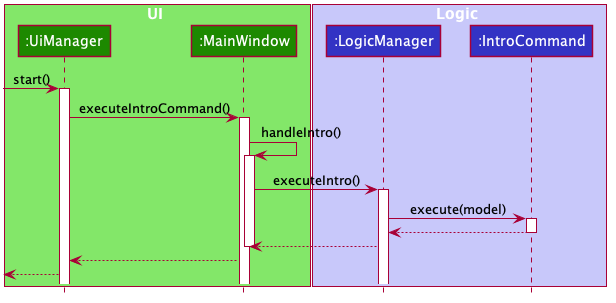
The PlantUML diagram docs/images/IntroSequenceDiagram.png in solkim-83/tp, before a commit. Its diagram source:
```plantuml
@startuml








skinparam BackgroundColor #FFFFFFF

skinparam Shadowing false

skinparam Class {
    FontColor #FFFFFF
    BorderThickness 1
    BorderColor #FFFFFF
    StereotypeFontColor #FFFFFF
    FontName Arial
}

skinparam Actor {
    BorderColor #000000
    Color #000000
    FontName Arial
}

skinparam Sequence {
    MessageAlign center
    BoxFontSize 15
    BoxPadding 0
    BoxFontColor #FFFFFF
    FontName Arial
}

skinparam Participant {
    FontColor #FFFFFFF
    Padding 20
}

skinparam MinClassWidth 50
skinparam ParticipantPadding 10
skinparam Shadowing false
skinparam DefaultTextAlignment center
skinparam packageStyle Rectangle

hide footbox
hide members
hide circle

box UI #83E769
participant ":UiManager" as UiManager #1D8900
participant ":MainWindow" as MainWindow #1D8900
end box

box Logic #C8C8FA
participant ":LogicManager" as LogicManager #3333C4
participant ":IntroCommand" as IntroCommand #3333C4
end box

[-> UiManager : start()
activate UiManager

UiManager -> MainWindow : executeIntroCommand()
activate MainWindow

MainWindow -> MainWindow : handleIntro()
activate MainWindow

MainWindow -> LogicManager : executeIntro()
activate LogicManager

LogicManager -> IntroCommand : execute(model)
activate IntroCommand

IntroCommand --> LogicManager :
deactivate IntroCommand

LogicManager --> MainWindow
deactivate MainWindow

MainWindow --> UiManager

UiManager -->[

@enduml
```
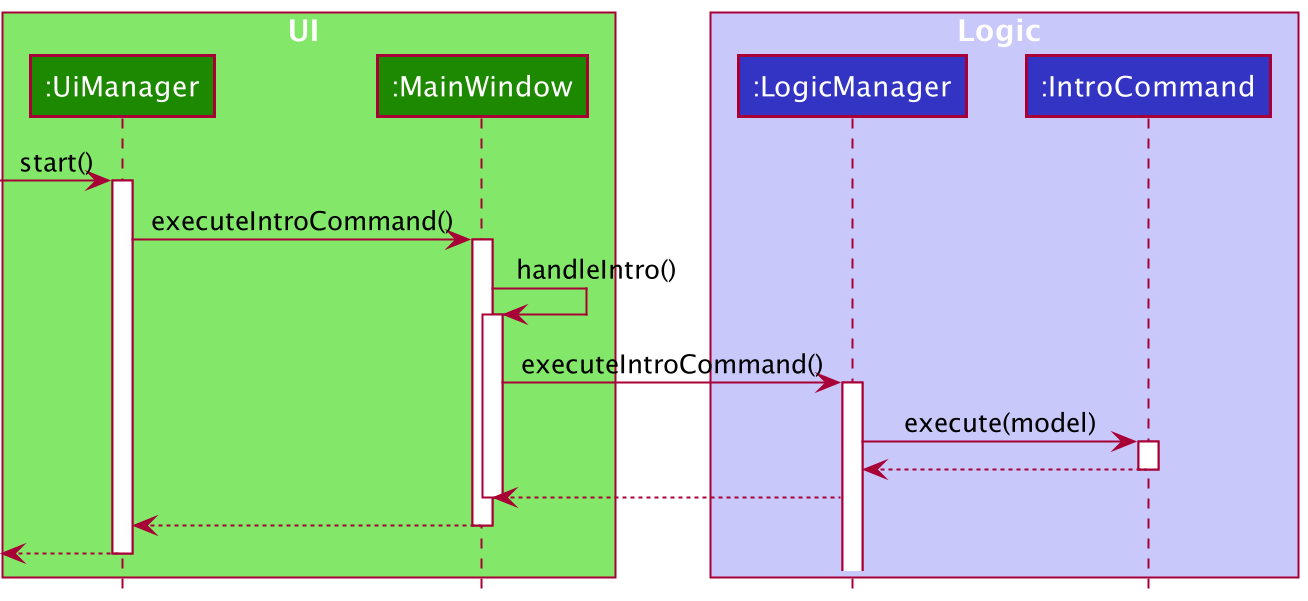
After the change.

Commit message:
Fix error in Intro sequence diagram

The edit, as a diff of the source:
```diff
@@ -1,61 +1,14 @@
 @startuml
+!include style.puml
 
-
-
-
-
-
-
-
-skinparam BackgroundColor #FFFFFFF
-
-skinparam Shadowing false
-
-skinparam Class {
-    FontColor #FFFFFF
-    BorderThickness 1
-    BorderColor #FFFFFF
-    StereotypeFontColor #FFFFFF
-    FontName Arial
-}
-
-skinparam Actor {
-    BorderColor #000000
-    Color #000000
-    FontName Arial
-}
-
-skinparam Sequence {
-    MessageAlign center
-    BoxFontSize 15
-    BoxPadding 0
-    BoxFontColor #FFFFFF
-    FontName Arial
-}
-
-skinparam Participant {
-    FontColor #FFFFFFF
-    Padding 20
-}
-
-skinparam MinClassWidth 50
-skinparam ParticipantPadding 10
-skinparam Shadowing false
-skinparam DefaultTextAlignment center
-skinparam packageStyle Rectangle
-
-hide footbox
-hide members
-hide circle
-
-box UI #83E769
-participant ":UiManager" as UiManager #1D8900
-participant ":MainWindow" as MainWindow #1D8900
+box UI UI_COLOR_T1
+participant ":UiManager" as UiManager UI_COLOR
+participant ":MainWindow" as MainWindow UI_COLOR
 end box
 
-box Logic #C8C8FA
-participant ":LogicManager" as LogicManager #3333C4
-participant ":IntroCommand" as IntroCommand #3333C4
+box Logic LOGIC_COLOR_T1
+participant ":LogicManager" as LogicManager LOGIC_COLOR
+participant ":IntroCommand" as IntroCommand LOGIC_COLOR
 end box
 
 [-> UiManager : start()
@@ -67,7 +20,7 @@
 MainWindow -> MainWindow : handleIntro()
 activate MainWindow
 
-MainWindow -> LogicManager : executeIntro()
+MainWindow -> LogicManager : executeIntroCommand()
 activate LogicManager
 
 LogicManager -> IntroCommand : execute(model)
@@ -80,7 +33,9 @@
 deactivate MainWindow
 
 MainWindow --> UiManager
+deactivate MainWindow
 
 UiManager -->[
+deactivate UiManager
 
 @enduml
```
